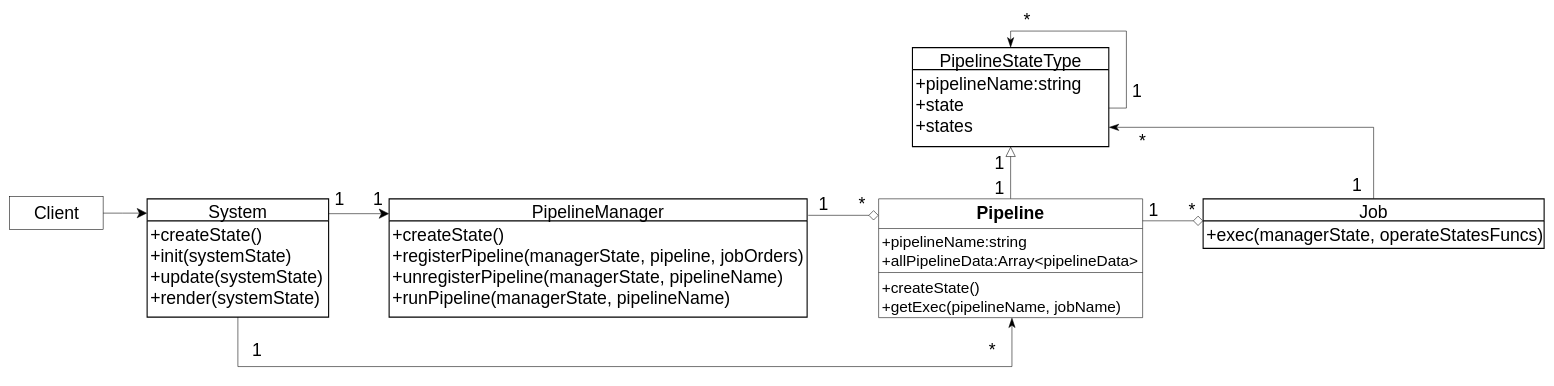
Earlier version of the draw.io diagram packages/管道模式/role_abstract/UML.drawio (yyc-git/3DProgramPattern). Source tidied: cells renumbered, new cells numbered last; positions are measured from the earlier drawing's top-left corner, leaving out a move shared by most shapes. Both pictures are drawn from the tidied source at 55%, with x=0, y=0 at pixel (9, 14).
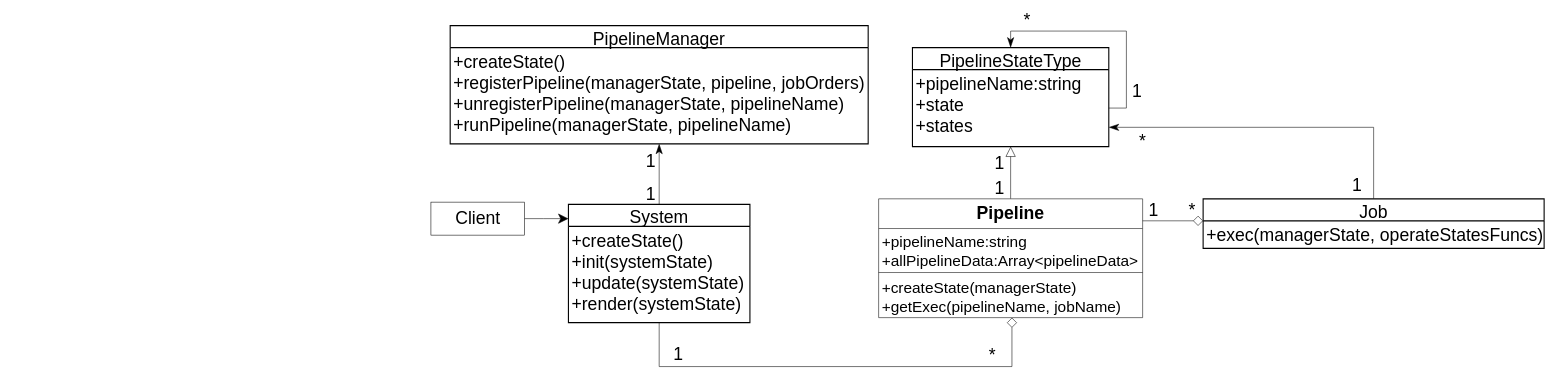
Above is the later version.

Unchanged cells that the change refers to:
```xml
<mxCell id="7" value="+createState()&#10;+registerPipeline(managerState, pipeline, jobOrders)&#10;+unregisterPipeline(managerState, pipelineName)&#10;+runPipeline(managerState, pipelineName)" style="align=left;strokeColor=none;fillColor=none;spacingLeft=4;fontSize=32;verticalAlign=top;" parent="6" vertex="1">
  <mxGeometry y="40" width="760" height="175" as="geometry" />
</mxCell>
<mxCell id="15" value="Pipeline" style="swimlane;fontStyle=1;align=center;verticalAlign=top;horizontal=1;startSize=54;fontSize=32;" parent="1" vertex="1">
  <mxGeometry x="1580" y="335" width="480" height="216" as="geometry" />
</mxCell>
<mxCell id="20" value="+createState()&#10;+init(systemState)&#10;+update(systemState)&#10;+render(systemState)" style="align=left;strokeColor=none;fillColor=none;spacingLeft=4;fontSize=32;verticalAlign=top;" parent="19" vertex="1">
  <mxGeometry y="40" width="330" height="175" as="geometry" />
</mxCell>
```

What changed in the source:
```diff
@@
     <mxCell id="6" value="PipelineManager" style="swimlane;horizontal=1;startSize=40;rounded=0;fontSize=32;fontStyle=0;strokeWidth=2;shadow=0;dashed=0;align=center;" parent="1" vertex="1">
-      <mxGeometry x="690" y="335" width="760" height="215" as="geometry" />
+      <mxGeometry x="801" y="20" width="760" height="215" as="geometry" />
     </mxCell>
@@
-    <mxCell id="8" style="edgeStyle=orthogonalEdgeStyle;rounded=0;orthogonalLoop=1;jettySize=auto;html=1;entryX=0;entryY=0.5;entryDx=0;entryDy=0;endArrow=diamond;endFill=0;startSize=16;endSize=16;" parent="1" edge="1">
-      <mxGeometry relative="1" as="geometry">
-        <mxPoint x="1452" y="365" as="sourcePoint" />
-        <mxPoint x="1580" y="365" as="targetPoint" />
-      </mxGeometry>
-    </mxCell>
-    <mxCell id="9" value="&lt;font style=&quot;font-size: 32px&quot;&gt;1&lt;/font&gt;" style="text;html=1;strokeColor=none;fillColor=none;align=center;verticalAlign=middle;whiteSpace=wrap;rounded=0;" parent="1" vertex="1">
-      <mxGeometry x="1460" y="335" width="40" height="20" as="geometry" />
-    </mxCell>
-    <mxCell id="10" value="&lt;font style=&quot;font-size: 32px&quot;&gt;*&lt;/font&gt;" style="text;html=1;strokeColor=none;fillColor=none;align=center;verticalAlign=middle;whiteSpace=wrap;rounded=0;" parent="1" vertex="1">
-      <mxGeometry x="1530" y="335" width="40" height="20" as="geometry" />
-    </mxCell>
@@
-    <mxCell id="13" style="edgeStyle=orthogonalEdgeStyle;rounded=0;orthogonalLoop=1;jettySize=auto;html=1;endArrow=classic;endFill=1;startSize=16;endSize=16;" parent="1" edge="1">
-      <mxGeometry relative="1" as="geometry">
-        <mxPoint x="580" y="362" as="sourcePoint" />
-        <mxPoint x="690" y="362" as="targetPoint" />
-      </mxGeometry>
-    </mxCell>
@@
-    <mxCell id="18" value="+createState()&#10;+getExec(pipelineName, jobName)" style="text;strokeColor=none;fillColor=none;align=left;verticalAlign=top;spacingLeft=4;spacingRight=4;overflow=hidden;points=[[0,0.5],[1,0.5]];portConstraint=eastwest;fontSize=28;" parent="15" vertex="1">
+    <mxCell id="18" value="+createState(managerState)&#10;+getExec(pipelineName, jobName)" style="text;strokeColor=none;fillColor=none;align=left;verticalAlign=top;spacingLeft=4;spacingRight=4;overflow=hidden;points=[[0,0.5],[1,0.5]];portConstraint=eastwest;fontSize=28;" parent="15" vertex="1">
       <mxGeometry y="138" width="480" height="78" as="geometry" />
     </mxCell>
+    <mxCell id="37" style="edgeStyle=orthogonalEdgeStyle;rounded=0;jettySize=auto;html=1;entryX=0.5;entryY=1;entryDx=0;entryDy=0;fontSize=28;endArrow=classicThin;endFill=1;startSize=16;endSize=16;" parent="1" edge="1" source="19" target="7">
+      <mxGeometry relative="1" as="geometry" />
+    </mxCell>
     <mxCell id="19" value="System" style="swimlane;horizontal=1;startSize=40;rounded=0;fontSize=32;fontStyle=0;strokeWidth=2;shadow=0;dashed=0;align=center;" parent="1" vertex="1">
-      <mxGeometry x="250" y="335" width="330" height="215" as="geometry" />
+      <mxGeometry x="1016" y="345" width="330" height="215" as="geometry" />
     </mxCell>
@@
     <mxCell id="21" style="edgeStyle=orthogonalEdgeStyle;rounded=0;jettySize=auto;html=1;fontSize=28;endArrow=classic;endFill=1;startSize=16;endSize=16;" parent="1" edge="1" source="22">
       <mxGeometry relative="1" as="geometry">
-        <mxPoint x="250" y="361" as="targetPoint" />
+        <mxPoint x="1016" y="371" as="targetPoint" />
       </mxGeometry>
     </mxCell>
     <mxCell id="22" value="Client" style="html=1;fontSize=32;" parent="1" vertex="1">
-      <mxGeometry y="331" width="170" height="60" as="geometry" />
+      <mxGeometry x="766" y="341" width="170" height="60" as="geometry" />
     </mxCell>
     <mxCell id="23" value="&lt;font style=&quot;font-size: 32px&quot;&gt;1&lt;/font&gt;" style="text;html=1;strokeColor=none;fillColor=none;align=center;verticalAlign=middle;whiteSpace=wrap;rounded=0;fontSize=28;" parent="1" vertex="1">
-      <mxGeometry x="580" y="326" width="40" height="20" as="geometry" />
+      <mxGeometry x="1146" y="316" width="40" height="20" as="geometry" />
     </mxCell>
     <mxCell id="24" value="&lt;span style=&quot;font-size: 32px&quot;&gt;1&lt;/span&gt;" style="text;html=1;strokeColor=none;fillColor=none;align=center;verticalAlign=middle;whiteSpace=wrap;rounded=0;fontSize=28;" parent="1" vertex="1">
-      <mxGeometry x="650" y="325" width="40" height="20" as="geometry" />
+      <mxGeometry x="1146" y="257" width="40" height="20" as="geometry" />
     </mxCell>
@@
-    <mxCell id="28" style="edgeStyle=orthogonalEdgeStyle;rounded=0;jettySize=auto;html=1;entryX=0.505;entryY=1;entryDx=0;entryDy=0;entryPerimeter=0;fontSize=28;endArrow=classicThin;endFill=1;startSize=16;endSize=16;exitX=0.5;exitY=1;exitDx=0;exitDy=0;" parent="1" edge="1" source="20" target="18">
+    <mxCell id="28" style="edgeStyle=orthogonalEdgeStyle;rounded=0;jettySize=auto;html=1;entryX=0.505;entryY=1;entryDx=0;entryDy=0;entryPerimeter=0;fontSize=28;endArrow=diamond;endFill=0;startSize=16;endSize=16;exitX=0.5;exitY=1;exitDx=0;exitDy=0;" parent="1" edge="1" source="20" target="18">
       <mxGeometry relative="1" as="geometry">
         <Array as="points">
-          <mxPoint x="415" y="640" />
+          <mxPoint x="1181" y="640" />
           <mxPoint x="1822" y="640" />
         </Array>
       </mxGeometry>
     </mxCell>
     <mxCell id="29" value="&lt;font style=&quot;font-size: 32px&quot;&gt;*&lt;/font&gt;" style="text;html=1;strokeColor=none;fillColor=none;align=center;verticalAlign=middle;whiteSpace=wrap;rounded=0;fontSize=28;" parent="1" vertex="1">
-      <mxGeometry x="1767" y="600" width="40" height="20" as="geometry" />
+      <mxGeometry x="1767" y="610" width="40" height="20" as="geometry" />
     </mxCell>
     <mxCell id="30" value="&lt;font style=&quot;font-size: 32px&quot;&gt;1&lt;/font&gt;" style="text;html=1;strokeColor=none;fillColor=none;align=center;verticalAlign=middle;whiteSpace=wrap;rounded=0;fontSize=28;" parent="1" vertex="1">
-      <mxGeometry x="430" y="600" width="40" height="20" as="geometry" />
+      <mxGeometry x="1196" y="608" width="40" height="20" as="geometry" />
     </mxCell>
```
